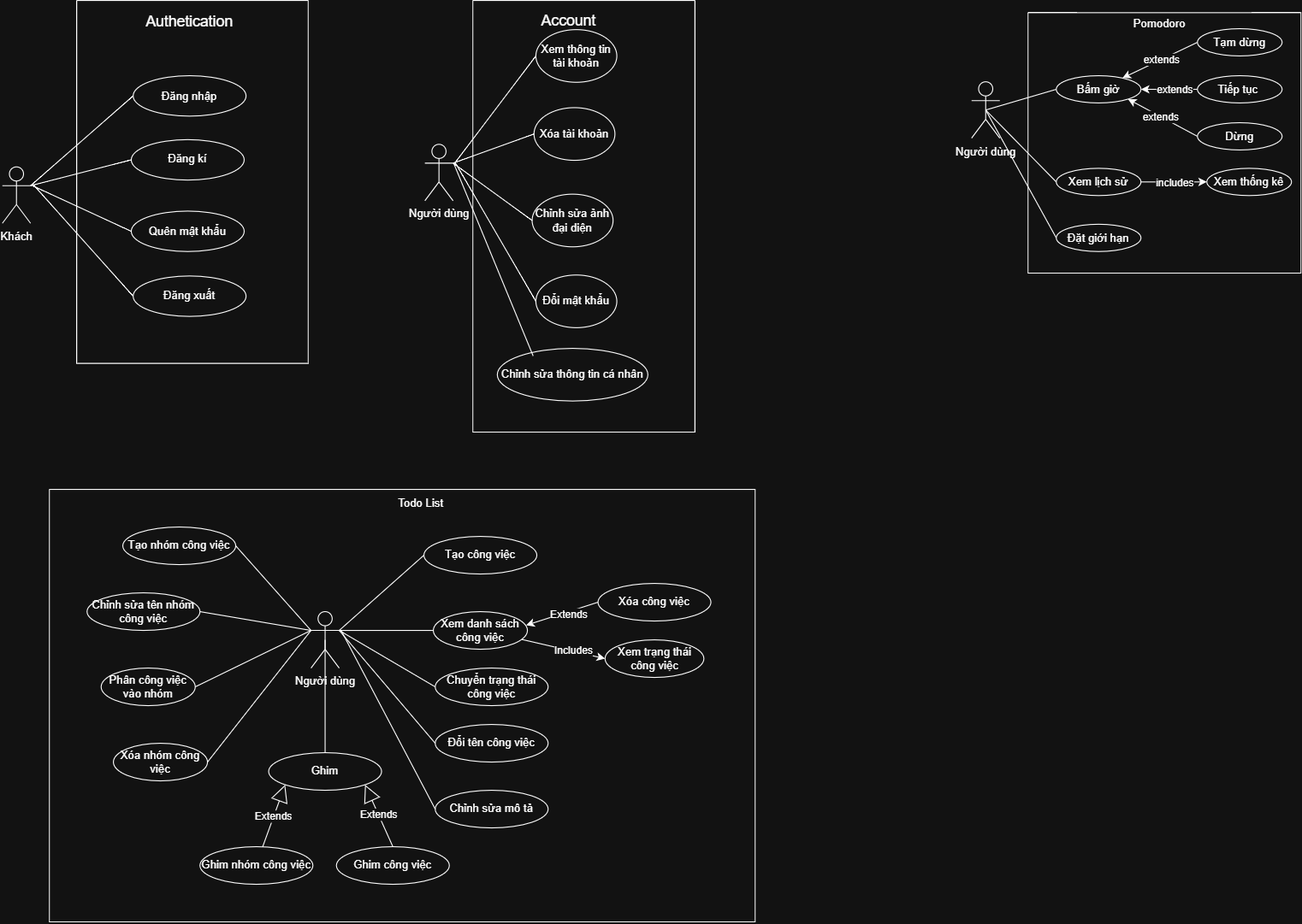
Earlier version of the draw.io export design/diagrams/usecase/usecase_focusflow.drawio.png (nhatkhang25092005/Focus-Flow). Source tidied: cells renumbered, new cells last; positions are measured from the earlier drawing's top-left corner, leaving out a move shared by most shapes.
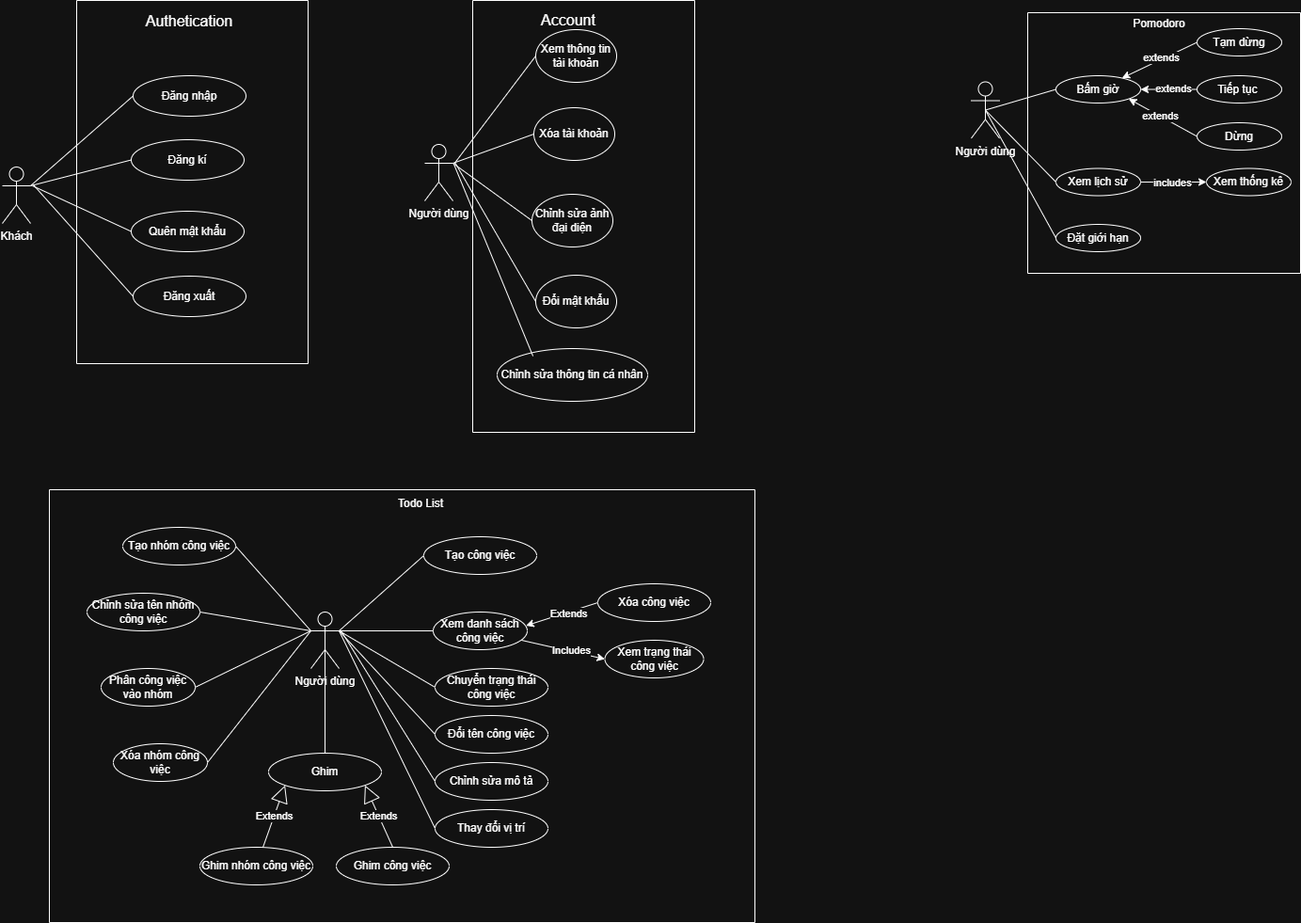
Above is the later version.

What changed in the source:
```diff
@@ -159,10 +159,10 @@
       <mxGeometry x="365" width="60" height="30" as="geometry" />
     </mxCell>
     <mxCell id="50" value="Chỉnh sửa mô tả" style="ellipse;whiteSpace=wrap;html=1;" parent="48" vertex="1">
-      <mxGeometry x="410" y="320" width="120" height="40" as="geometry" />
+      <mxGeometry x="410" y="290" width="120" height="40" as="geometry" />
     </mxCell>
     <mxCell id="51" value="Đổi tên công việc" style="ellipse;whiteSpace=wrap;html=1;" parent="48" vertex="1">
-      <mxGeometry x="410" y="250" width="120" height="40" as="geometry" />
+      <mxGeometry x="410" y="240" width="120" height="40" as="geometry" />
     </mxCell>
     <mxCell id="52" value="Chuyển trạng thái công việc" style="ellipse;whiteSpace=wrap;html=1;" parent="48" vertex="1">
       <mxGeometry x="410" y="190" width="120" height="40" as="geometry" />
@@ -173,6 +173,9 @@
     <mxCell id="54" value="Ghim công việc" style="ellipse;whiteSpace=wrap;html=1;" parent="48" vertex="1">
       <mxGeometry x="305" y="380" width="120" height="40" as="geometry" />
     </mxCell>
+    <mxCell id="80" value="Thay đổi vị trí" style="ellipse;whiteSpace=wrap;html=1;" parent="48" vertex="1">
+      <mxGeometry x="410" y="340" width="120" height="40" as="geometry" />
+    </mxCell>
     <mxCell id="55" value="Người dùng" style="shape=umlActor;verticalLabelPosition=bottom;verticalAlign=top;html=1;outlineConnect=0;" parent="1" vertex="1">
       <mxGeometry x="1030" y="86.5" width="30" height="60" as="geometry" />
     </mxCell>
@@ -250,5 +253,8 @@
     <mxCell id="79" value="Extends" style="endArrow=block;endSize=16;endFill=0;html=1;rounded=0;entryX=1;entryY=1;entryDx=0;entryDy=0;exitX=0.5;exitY=0;exitDx=0;exitDy=0;" parent="1" edge="1" source="54" target="38">
       <mxGeometry relative="1" as="geometry" />
     </mxCell>
+    <mxCell id="81" style="endArrow=none;html=1;rounded=0;exitX=1;exitY=0.3333333333333333;exitDx=0;exitDy=0;exitPerimeter=0;entryX=0;entryY=0.5;entryDx=0;entryDy=0;" parent="1" edge="1" source="26" target="80">
+      <mxGeometry relative="1" as="geometry" />
+    </mxCell>
   </root>
 </mxGraphModel>
```
